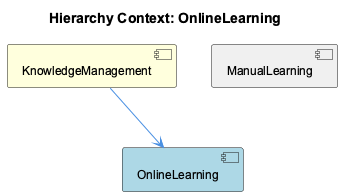
Above: knowledge-management/insights/images/online-learning-relationship.png in fwornle/coding (PlantUML), before the change.
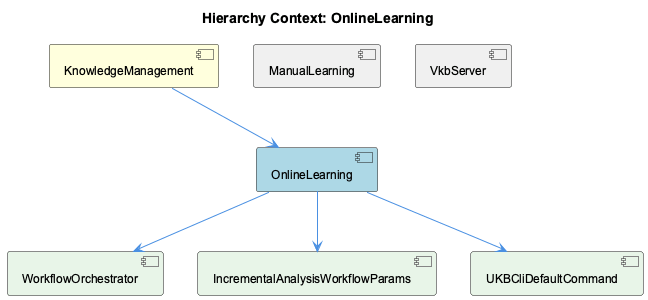
Later version of the same file.

Change to the diagram source:
```diff
@@ -6,8 +6,16 @@
 [KnowledgeManagement] as knowledge_management #FFFFDD
 [OnlineLearning] as online_learning #LightBlue
 [ManualLearning] as manual_learning #F0F0F0
+[VkbServer] as vkb_server #F0F0F0
+[WorkflowOrchestrator] as workflow_orchestrator #E8F5E8
+[IncrementalAnalysisWorkflowParams] as incremental_analysis_workflow_params #E8F5E8
+[UKBCliDefaultCommand] as ukbcli_default_command #E8F5E8
 
 knowledge_management --> online_learning
 manual_learning -[hidden]- online_learning
+vkb_server -[hidden]- online_learning
+online_learning --> workflow_orchestrator
+online_learning --> incremental_analysis_workflow_params
+online_learning --> ukbcli_default_command
 
 @enduml
```
